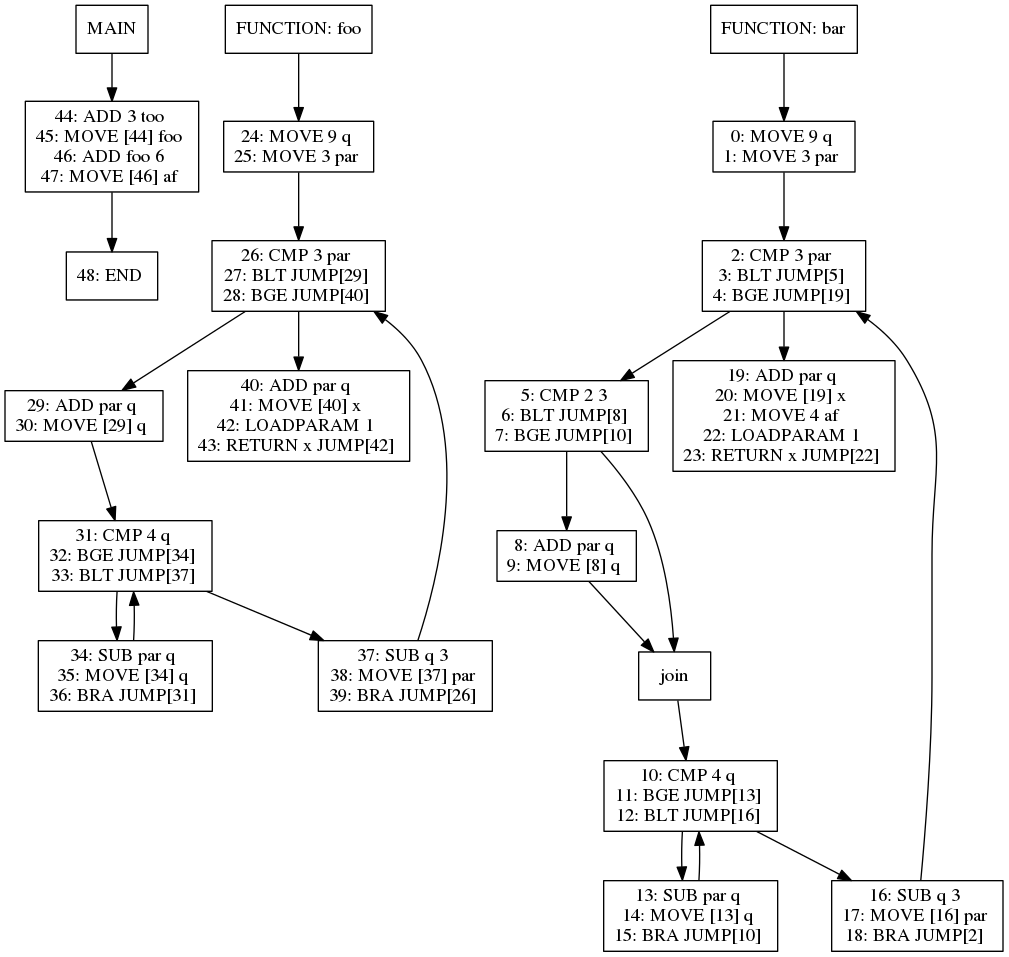
Above: viz/test015.dot.png in jiahanwang/PL241-Compiler (Graphviz), before the change. Its source is kept beside it as viz/test015.dot.
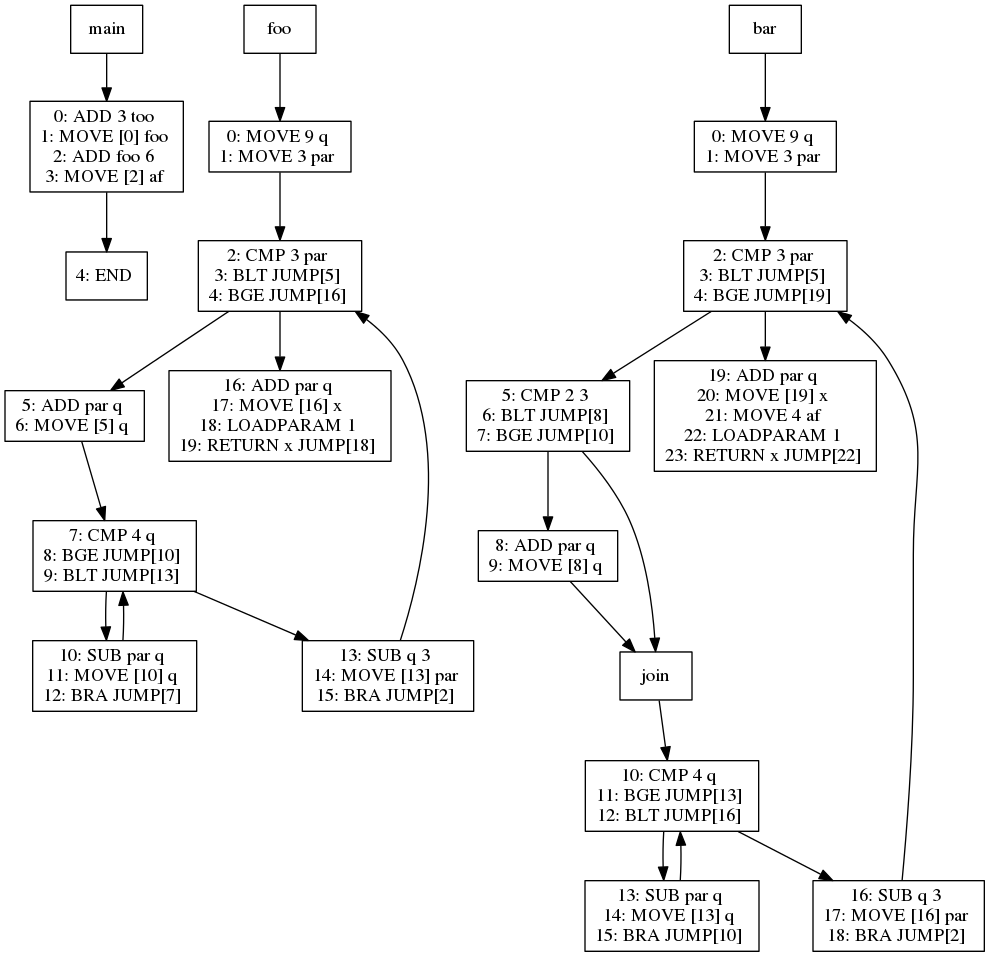
After the commit.

The edit, as a diff of the source:
```diff
@@ -1,93 +1,93 @@
 digraph test015 {
 node [shape=box]
-1[label="MAIN"]
-1 -> 33
-33[label="44: ADD 3 too
-45: MOVE [44] foo
-46: ADD foo 6
-47: MOVE [46] af
+265[label="main"]
+265 -> 297
+297[label="0: ADD 3 too
+1: MOVE [0] foo
+2: ADD foo 6
+3: MOVE [2] af
 "]
-33 -> 35
-35[label="48: END
+297 -> 299
+299[label="4: END
 "]
-20[label="FUNCTION: foo"]
-20 -> 22
-22[label="24: MOVE 9 q
-25: MOVE 3 par
-"]
-22 -> 24
-24[label="26: CMP 3 par
-27: BLT JUMP[29]
-28: BGE JUMP[40]
-"]
-24 -> 26
-26[label="29: ADD par q
-30: MOVE [29] q
-"]
-26 -> 27
-27[label="31: CMP 4 q
-32: BGE JUMP[34]
-33: BLT JUMP[37]
-"]
-27 -> 29
-29[label="34: SUB par q
-35: MOVE [34] q
-36: BRA JUMP[31]
-"]
-29 -> 27
-27 -> 28
-28[label="37: SUB q 3
-38: MOVE [37] par
-39: BRA JUMP[26]
-"]
-28 -> 24
-24 -> 25
-25[label="40: ADD par q
-41: MOVE [40] x
-42: LOADPARAM 1
-43: RETURN x JUMP[42]
-"]
-4[label="FUNCTION: bar"]
-4 -> 6
-6[label="0: MOVE 9 q
+284[label="foo"]
+284 -> 286
+286[label="0: MOVE 9 q
 1: MOVE 3 par
 "]
-6 -> 8
-8[label="2: CMP 3 par
+286 -> 288
+288[label="2: CMP 3 par
+3: BLT JUMP[5]
+4: BGE JUMP[16]
+"]
+288 -> 290
+290[label="5: ADD par q
+6: MOVE [5] q
+"]
+290 -> 291
+291[label="7: CMP 4 q
+8: BGE JUMP[10]
+9: BLT JUMP[13]
+"]
+291 -> 293
+293[label="10: SUB par q
+11: MOVE [10] q
+12: BRA JUMP[7]
+"]
+293 -> 291
+291 -> 292
+292[label="13: SUB q 3
+14: MOVE [13] par
+15: BRA JUMP[2]
+"]
+292 -> 288
+288 -> 289
+289[label="16: ADD par q
+17: MOVE [16] x
+18: LOADPARAM 1
+19: RETURN x JUMP[18]
+"]
+268[label="bar"]
+268 -> 270
+270[label="0: MOVE 9 q
+1: MOVE 3 par
+"]
+270 -> 272
+272[label="2: CMP 3 par
 3: BLT JUMP[5]
 4: BGE JUMP[19]
 "]
-8 -> 10
-10[label="5: CMP 2 3
+272 -> 274
+274[label="5: CMP 2 3
 6: BLT JUMP[8]
 7: BGE JUMP[10]
 "]
-10 -> 12
-12[label="8: ADD par q
+274 -> 276
+276[label="8: ADD par q
 9: MOVE [8] q
 "]
-12 -> 11
-11[label="join"]
-11 -> 13
-13[label="10: CMP 4 q
+276 -> 275
+275[label="join"]
+275 -> 277
+277[label="10: CMP 4 q
 11: BGE JUMP[13]
 12: BLT JUMP[16]
 "]
-13 -> 15
-15[label="13: SUB par q
+277 -> 279
+279[label="13: SUB par q
 14: MOVE [13] q
 15: BRA JUMP[10]
 "]
-15 -> 13
-13 -> 14
-14[label="16: SUB q 3
+279 -> 277
+277 -> 278
+278[label="16: SUB q 3
 17: MOVE [16] par
 18: BRA JUMP[2]
 "]
-14 -> 8
-10 -> 11
-8 -> 9
-9[label="19: ADD par q
+278 -> 272
+274 -> 275
+272 -> 273
+273[label="19: ADD par q
 20: MOVE [19] x
 21: MOVE 4 af
 22: LOADPARAM 1
```
